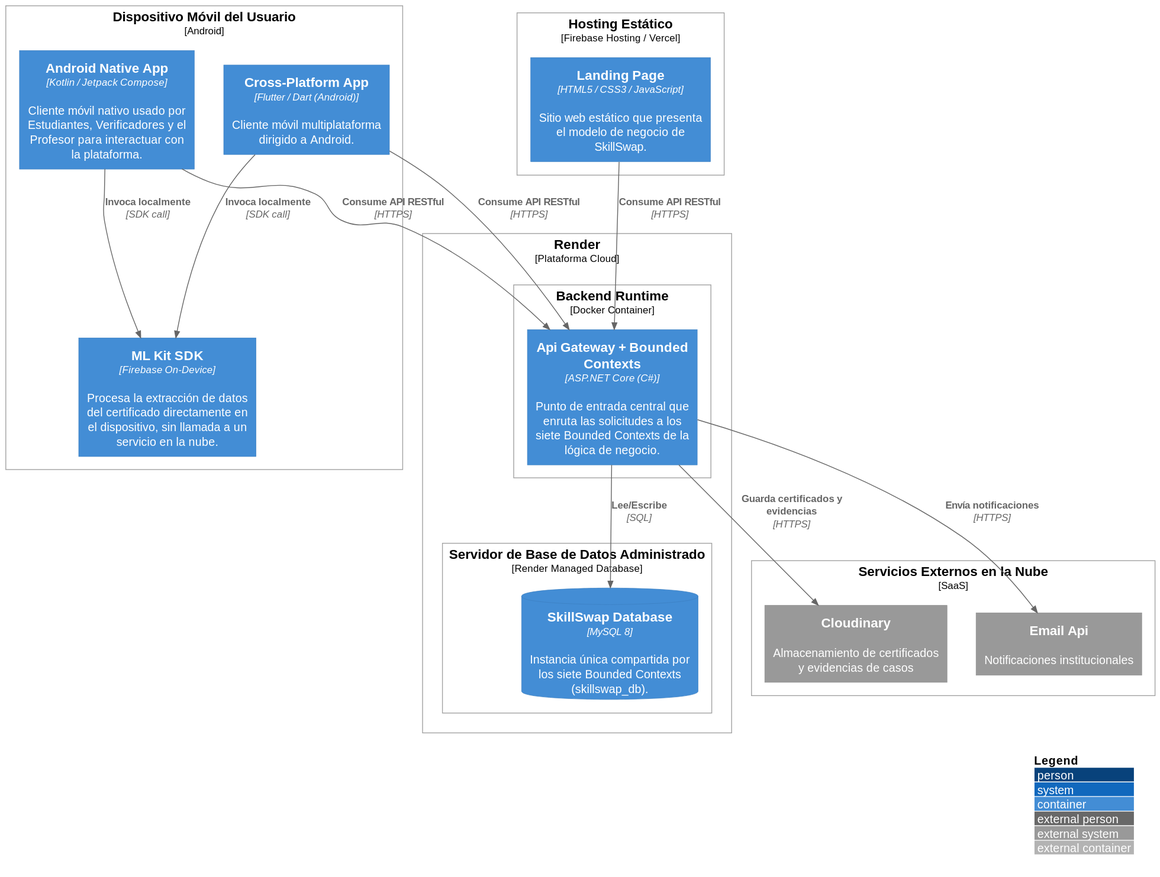
This is images-doc/SkillSwapDeployment.svg from Aplicaciones-Dispositivos-Moviles/SkillSwap-ProjectReport, a PlantUML export, as it was before one commit.
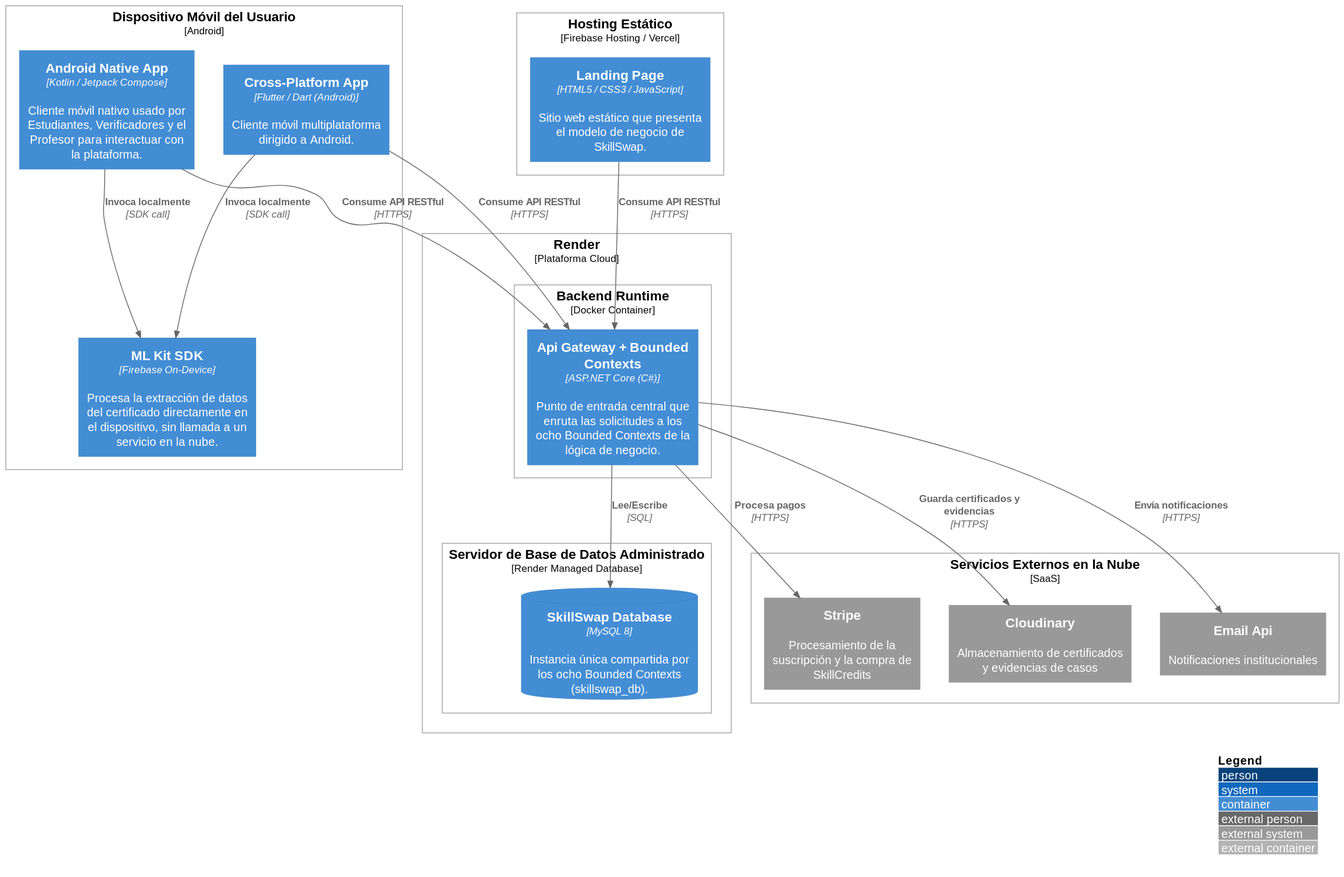
Later version of the same file.

The edit, as a diff of the source:
```diff
@@ -15,16 +15,17 @@
 
 Deployment_Node(cloudPlatform, "Render", "Plataforma Cloud"){
     Deployment_Node(backendRuntime, "Backend Runtime", "Docker Container"){
-        Container(apiGateway, "Api Gateway + Bounded Contexts", "ASP.NET Core (C#)", "Punto de entrada central que enruta las solicitudes a los siete Bounded Contexts de la lógica de negocio.")
+        Container(apiGateway, "Api Gateway + Bounded Contexts", "ASP.NET Core (C#)", "Punto de entrada central que enruta las solicitudes a los ocho Bounded Contexts de la lógica de negocio.")
     }
     Deployment_Node(dbServer, "Servidor de Base de Datos Administrado", "Render Managed Database"){
-        ContainerDb(mainDB, "SkillSwap Database", "MySQL 8", "Instancia única compartida por los siete Bounded Contexts (skillswap_db).")
+        ContainerDb(mainDB, "SkillSwap Database", "MySQL 8", "Instancia única compartida por los ocho Bounded Contexts (skillswap_db).")
     }
 }
 
 Deployment_Node(externalCloud, "Servicios Externos en la Nube", "SaaS"){
     System_Ext(cloudStorage, "Cloudinary", "Almacenamiento de certificados y evidencias de casos")
     System_Ext(emailService, "Email Api", "Notificaciones institucionales")
+    System_Ext(stripeApi, "Stripe", "Procesamiento de la suscripción y la compra de SkillCredits")
 }
 
 Rel(androidApp, mlKitSdk, "Invoca localmente", "SDK call")
@@ -38,4 +39,5 @@
 
 Rel(apiGateway, cloudStorage, "Guarda certificados y evidencias", "HTTPS")
 Rel(apiGateway, emailService, "Envía notificaciones", "HTTPS")
+Rel(apiGateway, stripeApi, "Procesa pagos", "HTTPS")
 @enduml
```
